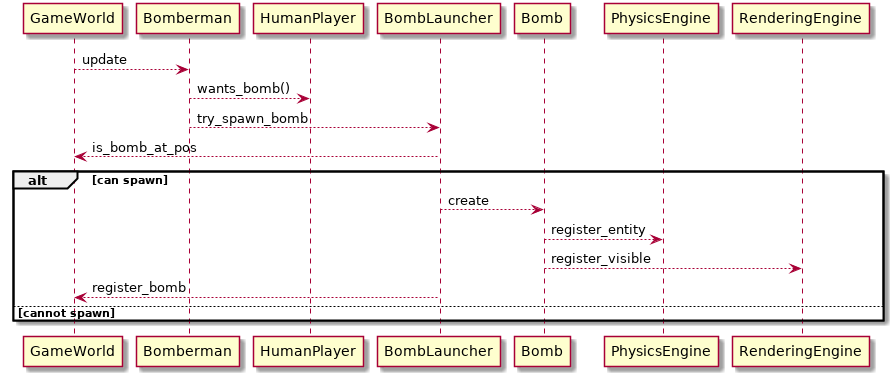
Above: docs/img/UC_2_1.png in NadzwyczajnaGrupaRobocza/bomberman (PlantUML), before the change.
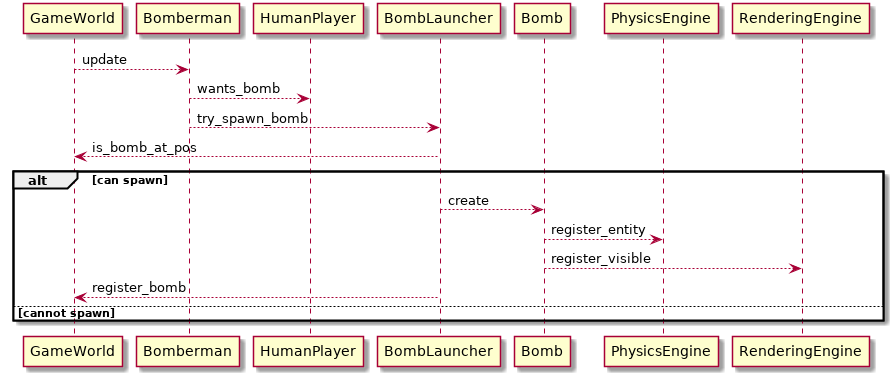
The same diagram one commit later.

Diff of the diagram source:
```diff
@@ -1,7 +1,7 @@
 @startuml
 
 GameWorld --> Bomberman   : update
-HumanPlayer <-- Bomberman : wants_bomb()
+HumanPlayer <-- Bomberman : wants_bomb
 Bomberman --> BombLauncher : try_spawn_bomb
 BombLauncher --> GameWorld : is_bomb_at_pos
 alt can spawn
```
